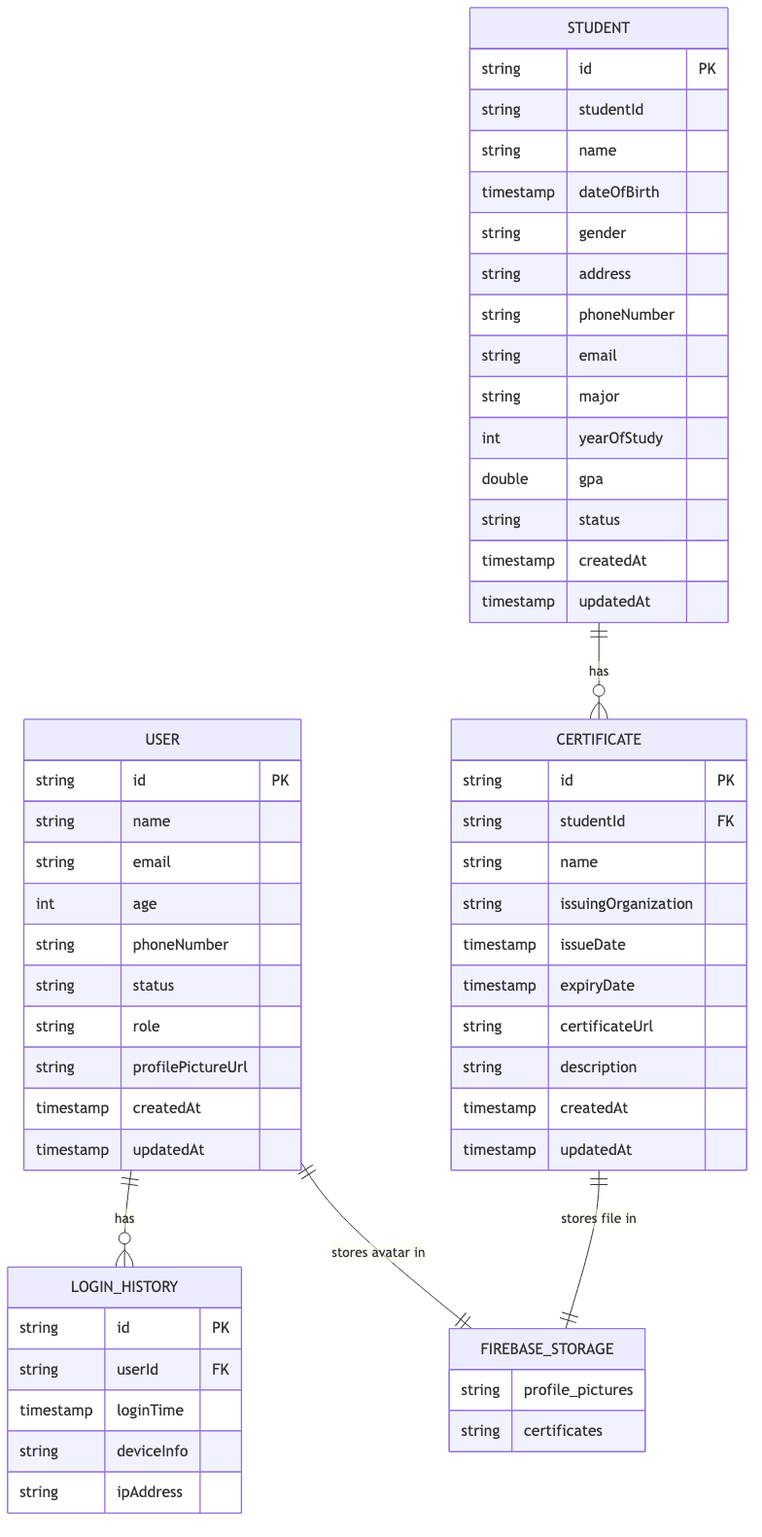
Above: docs/erd.png in iannwendy/TDTUStudentManagementApp (Mermaid), before the change. Its source is kept beside it as docs/erd.mmd.
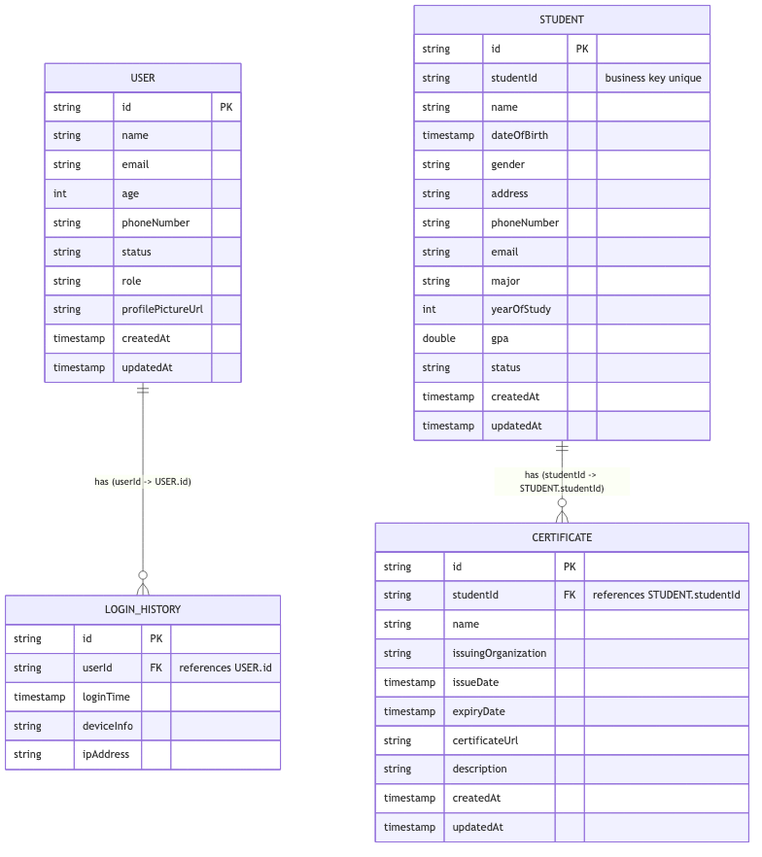
After the commit.

Commit message:
docs: Add notes to ERD diagram clarifying foreign key relationships

- Add note that LOGIN_HISTORY.userId references USER.id (PK)
- Add note that CERTIFICATE.studentId references STUDENT.studentId (business key, not PK)
- Clarify relationship mappings in relationship labels

What changed in the source:
```diff
@@ -14,7 +14,7 @@
 
     LOGIN_HISTORY {
         string id PK
-        string userId FK
+        string userId FK "references USER.id"
         timestamp loginTime
         string deviceInfo
         string ipAddress
@@ -22,7 +22,7 @@
 
     STUDENT {
         string id PK
-        string studentId
+        string studentId "business key unique"
         string name
         timestamp dateOfBirth
         string gender
@@ -39,7 +39,7 @@
 
     CERTIFICATE {
         string id PK
-        string studentId FK
+        string studentId FK "references STUDENT.studentId"
         string name
         string issuingOrganization
         timestamp issueDate
@@ -50,12 +50,5 @@
         timestamp updatedAt
     }
 
-    FIREBASE_STORAGE {
-        string profile_pictures
-        string certificates
-    }
-
-    USER ||--o{ LOGIN_HISTORY : "has"
-    STUDENT ||--o{ CERTIFICATE : "has"
-    USER ||--|| FIREBASE_STORAGE : "stores avatar in"
-    CERTIFICATE ||--|| FIREBASE_STORAGE : "stores file in"
+    USER ||--o{ LOGIN_HISTORY : "has (userId -> USER.id)"
+    STUDENT ||--o{ CERTIFICATE : "has (studentId -> STUDENT.studentId)"
```
